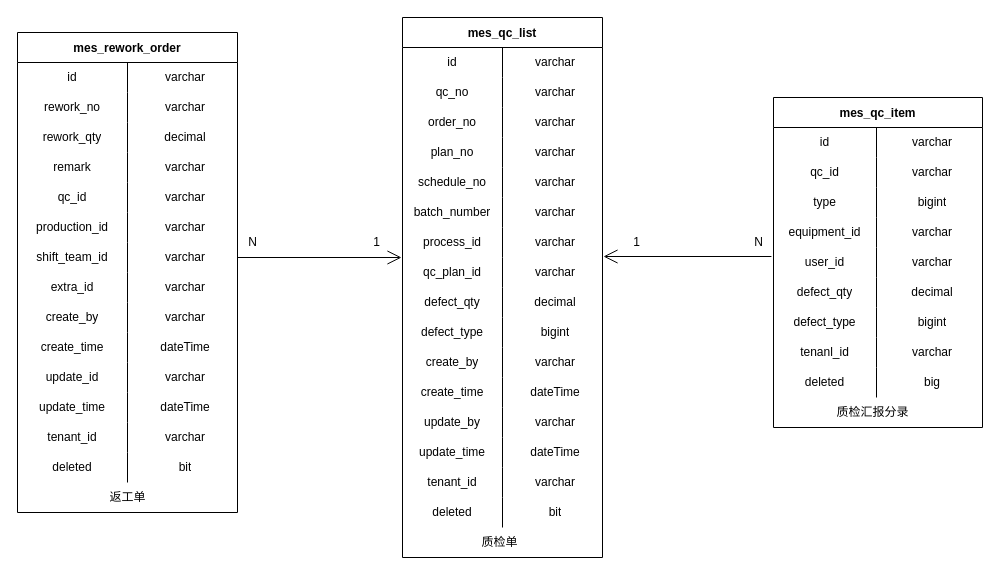
Earlier version of the draw.io diagram page "质检&返工单管理" (2 of 7) of 数据表.drawio (KNAI-I/test). Source tidied: cells renumbered, new cells numbered last; positions are measured from the earlier drawing's top-left corner, leaving out a move shared by most shapes. Both pictures are drawn from the tidied source at 100%, with x=0, y=0 at pixel (17, 17).
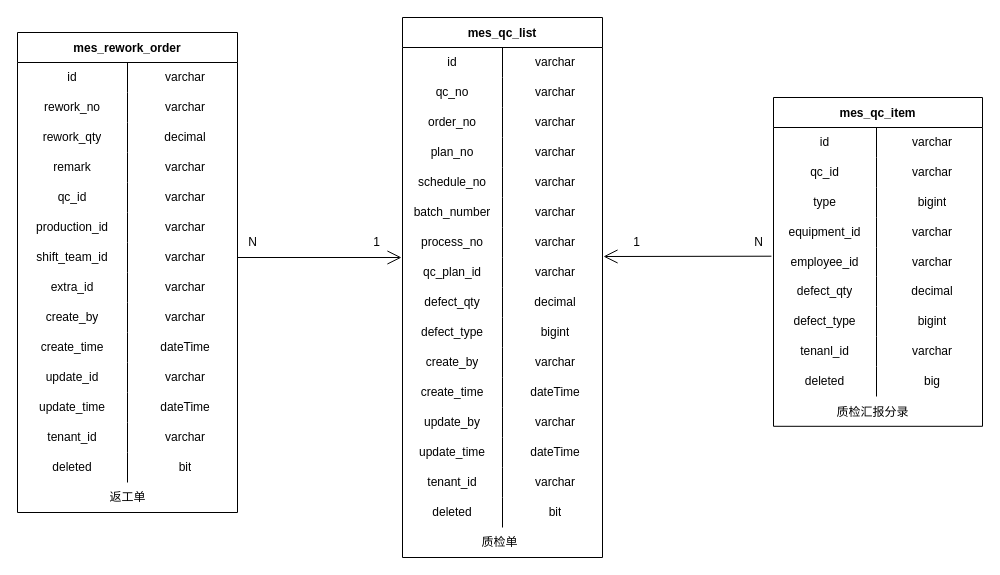
The same page after the edit.

The change refers to these unchanged cells:
```xml
<mxCell id="21" style="shape=tableRow;horizontal=0;startSize=0;swimlaneHead=0;swimlaneBody=0;top=0;left=0;bottom=0;right=0;fillColor=none;" parent="2" vertex="1">
  <mxGeometry y="210" width="200" height="30" as="geometry" />
</mxCell>
```

What changed in the source:
```diff
@@
-    <mxCell id="22" value="process_id" style="shape=partialRectangle;html=1;whiteSpace=wrap;fillColor=none;top=0;left=0;bottom=0;right=0;overflow=hidden;" parent="21" vertex="1">
+    <mxCell id="22" value="process_no" style="shape=partialRectangle;html=1;whiteSpace=wrap;fillColor=none;top=0;left=0;bottom=0;right=0;overflow=hidden;" parent="21" vertex="1">
       <mxGeometry width="100" height="30" as="geometry" />
     </mxCell>
@@
     <mxCell id="96" value="mes_qc_item" style="shape=table;startSize=30;childLayout=tableLayout;rowLines=0;fontStyle=1;" parent="1" vertex="1">
-      <mxGeometry x="756" y="80" width="209" height="330" as="geometry" />
+      <mxGeometry x="756" y="80" width="209" height="328.8" as="geometry" />
     </mxCell>
@@
     <mxCell id="109" style="shape=tableRow;horizontal=0;startSize=0;swimlaneHead=0;swimlaneBody=0;top=0;left=0;bottom=0;right=0;fillColor=none;points=[[0,0.5],[1,0.5]];portConstraint=eastwest;" parent="96" vertex="1">
-      <mxGeometry y="150" width="209" height="30" as="geometry" />
+      <mxGeometry y="150" width="209" height="29" as="geometry" />
     </mxCell>
-    <mxCell id="110" value="user_id" style="shape=partialRectangle;html=1;whiteSpace=wrap;fillColor=none;top=0;left=0;bottom=0;right=0;overflow=hidden;" parent="109" vertex="1">
-      <mxGeometry width="103" height="30" as="geometry" />
+    <mxCell id="110" value="employee_id" style="shape=partialRectangle;html=1;whiteSpace=wrap;fillColor=none;top=0;left=0;bottom=0;right=0;overflow=hidden;" parent="109" vertex="1">
+      <mxGeometry width="103" height="29" as="geometry" />
     </mxCell>
     <mxCell id="111" value="varchar" style="shape=partialRectangle;html=1;whiteSpace=wrap;fillColor=none;top=0;left=0;bottom=0;right=0;align=center;spacingLeft=6;overflow=hidden;" parent="109" vertex="1">
-      <mxGeometry x="103" width="106" height="30" as="geometry" />
+      <mxGeometry x="103" width="106" height="29" as="geometry" />
     </mxCell>
     <mxCell id="112" style="shape=tableRow;horizontal=0;startSize=0;swimlaneHead=0;swimlaneBody=0;top=0;left=0;bottom=0;right=0;fillColor=none;" parent="96" vertex="1">
-      <mxGeometry y="180" width="209" height="30" as="geometry" />
+      <mxGeometry y="179" width="209" height="30" as="geometry" />
     </mxCell>
@@
     <mxCell id="115" style="shape=tableRow;horizontal=0;startSize=0;swimlaneHead=0;swimlaneBody=0;top=0;left=0;bottom=0;right=0;fillColor=none;" parent="96" vertex="1">
-      <mxGeometry y="210" width="209" height="30" as="geometry" />
+      <mxGeometry y="209" width="209" height="30" as="geometry" />
     </mxCell>
@@
     <mxCell id="118" style="shape=tableRow;horizontal=0;startSize=0;swimlaneHead=0;swimlaneBody=0;top=0;left=0;bottom=0;right=0;fillColor=none;" parent="96" vertex="1">
-      <mxGeometry y="240" width="209" height="30" as="geometry" />
+      <mxGeometry y="239" width="209" height="30" as="geometry" />
     </mxCell>
@@
     <mxCell id="121" style="shape=tableRow;horizontal=0;startSize=0;swimlaneHead=0;swimlaneBody=0;top=0;left=0;bottom=0;right=0;fillColor=none;" parent="96" vertex="1">
-      <mxGeometry y="270" width="209" height="30" as="geometry" />
+      <mxGeometry y="269" width="209" height="30" as="geometry" />
     </mxCell>
```
